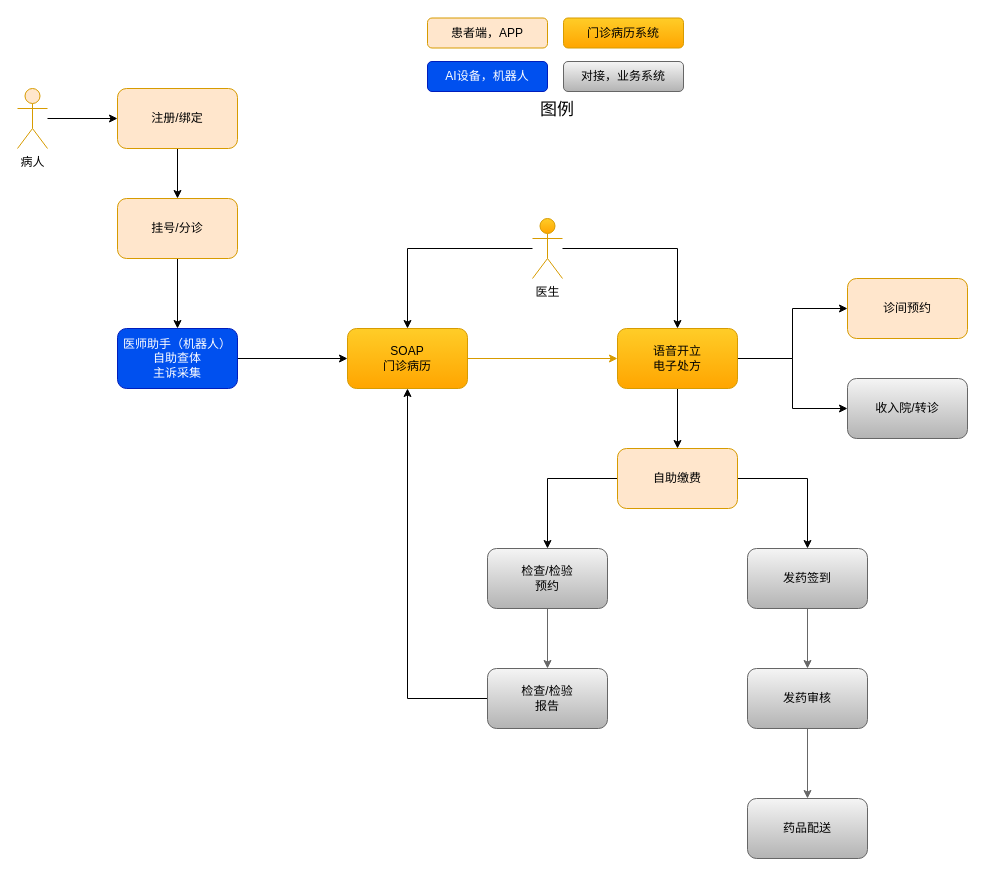
The draw.io diagram page "就诊流程图" (2 of 3) of draws/门诊电子病历互联网医院设计.drawio in hebzhjg/ntl2020, before the edit. Source tidied: cells renumbered, new cells numbered last; positions are measured from the earlier drawing's top-left corner, leaving out a move shared by most shapes. Both pictures are drawn from the tidied source at 100%, with x=0, y=0 at pixel (17, 18).
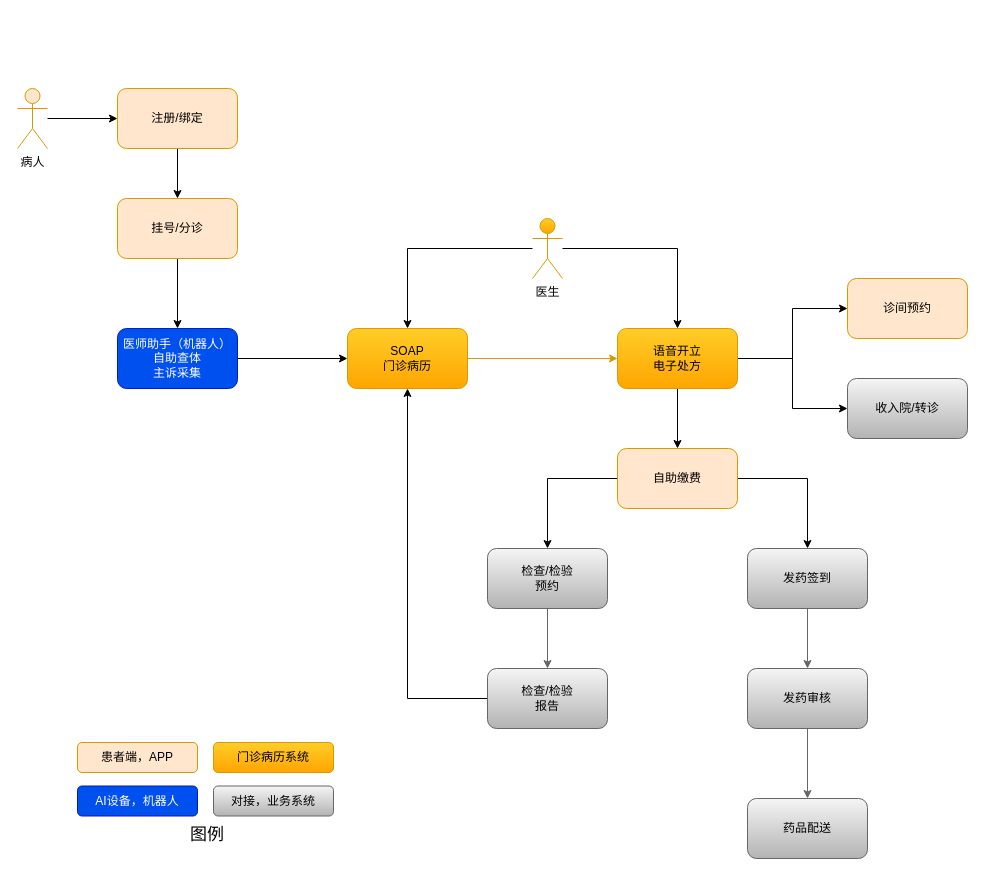
The same page after the edit.

The edit, as a diff of the source:
```diff
@@
+    <mxCell id="38" style="group;" parent="1" vertex="1">
+      <mxGeometry x="60" y="724" width="256" height="102.5" as="geometry" />
+    </mxCell>
-    <mxCell id="33" value="AI设备，机器人" style="rounded=1;whiteSpace=wrap;html=1;fillColor=#0050ef;strokeColor=#001DBC;fontColor=#ffffff;" parent="1" vertex="1">
-      <mxGeometry x="410" y="43" width="120" height="30" as="geometry" />
+    <mxCell id="33" value="AI设备，机器人" style="rounded=1;whiteSpace=wrap;html=1;fillColor=#0050ef;strokeColor=#001DBC;fontColor=#ffffff;" parent="38" vertex="1">
+      <mxGeometry y="43.5" width="120" height="30" as="geometry" />
     </mxCell>
-    <mxCell id="34" value="门诊病历系统" style="rounded=1;whiteSpace=wrap;html=1;fillColor=#ffcd28;strokeColor=#d79b00;gradientColor=#ffa500;" parent="1" vertex="1">
-      <mxGeometry x="546" y="-0.5" width="120" height="30" as="geometry" />
+    <mxCell id="34" value="门诊病历系统" style="rounded=1;whiteSpace=wrap;html=1;fillColor=#ffcd28;strokeColor=#d79b00;gradientColor=#ffa500;" parent="38" vertex="1">
+      <mxGeometry x="136" width="120" height="30" as="geometry" />
     </mxCell>
-    <mxCell id="35" value="患者端，APP" style="rounded=1;whiteSpace=wrap;html=1;fillColor=#ffe6cc;strokeColor=#d79b00;" parent="1" vertex="1">
-      <mxGeometry x="410" y="-0.5" width="120" height="30" as="geometry" />
+    <mxCell id="35" value="患者端，APP" style="rounded=1;whiteSpace=wrap;html=1;fillColor=#ffe6cc;strokeColor=#d79b00;" parent="38" vertex="1">
+      <mxGeometry width="120" height="30" as="geometry" />
     </mxCell>
-    <mxCell id="36" value="对接，业务系统" style="rounded=1;whiteSpace=wrap;html=1;fillColor=#f5f5f5;strokeColor=#666666;gradientColor=#b3b3b3;" parent="1" vertex="1">
-      <mxGeometry x="546" y="43" width="120" height="30" as="geometry" />
+    <mxCell id="36" value="对接，业务系统" style="rounded=1;whiteSpace=wrap;html=1;fillColor=#f5f5f5;strokeColor=#666666;gradientColor=#b3b3b3;" parent="38" vertex="1">
+      <mxGeometry x="136" y="43.5" width="120" height="30" as="geometry" />
     </mxCell>
-    <mxCell id="37" value="图例" style="text;html=1;strokeColor=none;fillColor=none;align=center;verticalAlign=middle;whiteSpace=wrap;rounded=0;fontSize=17;" parent="1" vertex="1">
-      <mxGeometry x="520" y="82" width="40" height="20" as="geometry" />
+    <mxCell id="37" value="图例" style="text;html=1;strokeColor=none;fillColor=none;align=center;verticalAlign=middle;whiteSpace=wrap;rounded=0;fontSize=17;" parent="38" vertex="1">
+      <mxGeometry x="110" y="82.5" width="40" height="20" as="geometry" />
     </mxCell>
```
